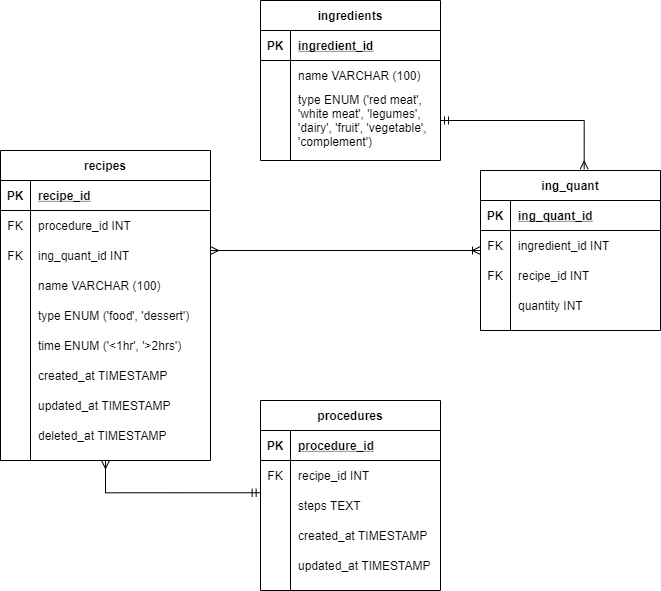
This is cookipies.png from Integradora-bis/Diagram, a draw.io export, as it was before one commit. Source tidied: cells renumbered, new cells last; positions are measured from the earlier drawing's top-left corner, leaving out a move shared by most shapes.
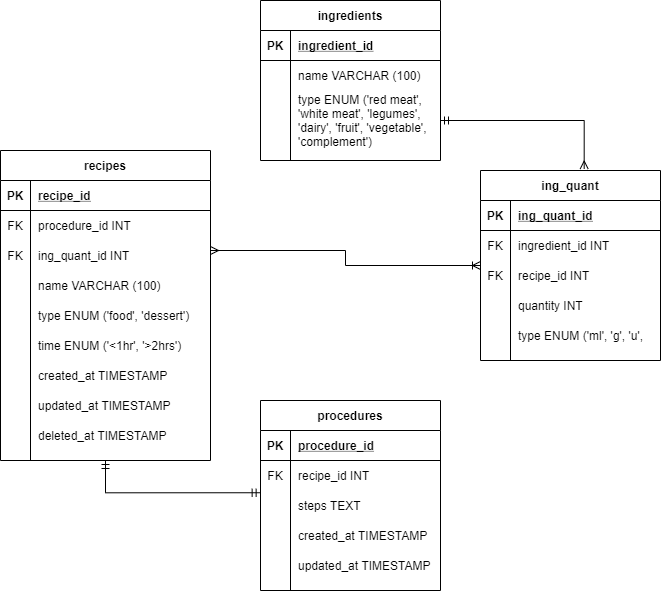
The same file after the commit.

Change to the diagram source:
```diff
@@ -8,7 +8,7 @@
       </mxGeometry>
     </mxCell>
     <mxCell id="3" value="ing_quant" style="shape=table;startSize=30;rowLines=0;fontStyle=1;align=center;" parent="1" vertex="1">
-      <mxGeometry x="480" y="170" width="180" height="160" as="geometry" />
+      <mxGeometry x="480" y="170" width="180" height="190" as="geometry" />
     </mxCell>
     <mxCell id="4" style="shape=partialRectangle;fillColor=none;top=0;left=0;bottom=1;right=0;" parent="3" vertex="1">
       <mxGeometry y="30" width="180" height="30" as="geometry" />
@@ -46,7 +46,16 @@
     <mxCell id="15" value="quantity INT" style="shape=partialRectangle;fillColor=none;top=0;left=0;bottom=0;right=0;align=left;spacingLeft=6;overflow=hidden;" parent="13" vertex="1">
       <mxGeometry x="30" width="150" height="30" as="geometry" />
     </mxCell>
+    <mxCell id="72" style="shape=partialRectangle;fillColor=none;top=0;left=0;bottom=0;right=0;" parent="3" vertex="1">
+      <mxGeometry y="150" width="180" height="30" as="geometry" />
+    </mxCell>
+    <mxCell id="73" style="shape=partialRectangle;fillColor=none;top=0;left=0;bottom=0;right=0;overflow=hidden;" parent="72" vertex="1">
+      <mxGeometry width="30" height="30" as="geometry" />
+    </mxCell>
+    <mxCell id="74" value="type ENUM ('ml', 'g', 'u', " style="shape=partialRectangle;fillColor=none;top=0;left=0;bottom=0;right=0;align=left;spacingLeft=6;overflow=hidden;" parent="72" vertex="1">
+      <mxGeometry x="30" width="150" height="30" as="geometry" />
+    </mxCell>
-    <mxCell id="16" style="edgeStyle=orthogonalEdgeStyle;rounded=0;jettySize=auto;html=1;exitX=0.5;exitY=1;exitDx=0;exitDy=0;entryX=-0.002;entryY=0.075;entryDx=0;entryDy=0;entryPerimeter=0;startArrow=ERmany;startFill=0;endArrow=ERmandOne;endFill=0;" parent="1" edge="1" source="17" target="63">
+    <mxCell id="16" style="edgeStyle=orthogonalEdgeStyle;rounded=0;jettySize=auto;html=1;exitX=0.5;exitY=1;exitDx=0;exitDy=0;entryX=-0.002;entryY=0.075;entryDx=0;entryDy=0;entryPerimeter=0;startArrow=ERmandOne;startFill=0;endArrow=ERmandOne;endFill=0;" parent="1" edge="1" source="17" target="63">
       <mxGeometry relative="1" as="geometry" />
     </mxCell>
     <mxCell id="17" value="recipes" style="shape=table;startSize=30;rowLines=0;fontStyle=1;align=center;" parent="1" vertex="1">
```
